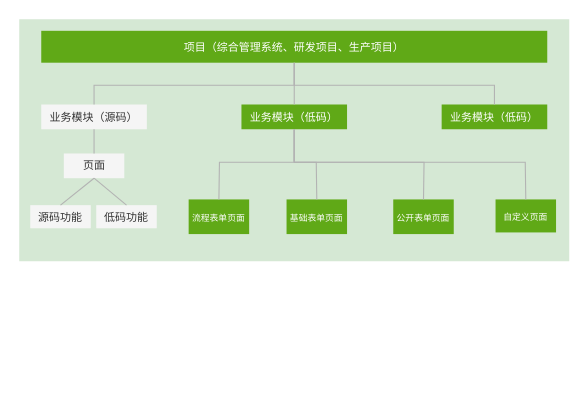
This is 低——研究内容——平台赋能项目开发.drawio from tangyaosimida/love, a draw.io file, before an edit. Source tidied: cells renumbered, new cells numbered last; positions are measured from the earlier drawing's top-left corner, leaving out a move shared by most shapes. Both pictures are drawn from the tidied source at 110%, with x=0, y=0 at pixel (19, 19).
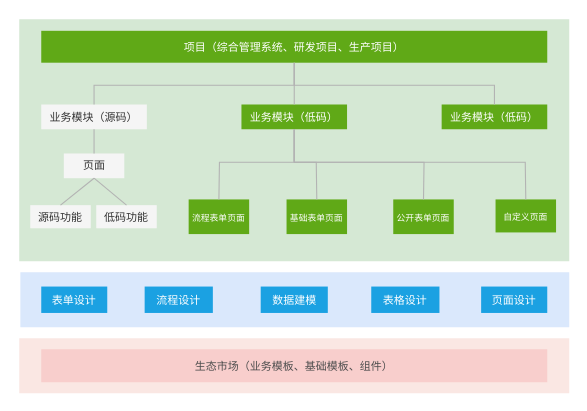
Above is the later version.

Commit message (it also covers changes not shown here):
更新低——研究内容——平台赋能项目开发.drawio

What changed in the source:
```diff
@@
+    <mxCell id="24" style="rounded=0;whiteSpace=wrap;html=1;fillColor=#dae8fc;strokeColor=none;" parent="1" vertex="1">
+      <mxGeometry x="1" y="230" width="499" height="50" as="geometry" />
+    </mxCell>
+    <mxCell id="25" style="rounded=0;whiteSpace=wrap;html=1;fillColor=#FAE7E3;dashed=1;strokeColor=none;" parent="1" vertex="1">
+      <mxGeometry y="290" width="500" height="50" as="geometry" />
+    </mxCell>
+    <mxCell id="26" value="&lt;font style=&quot;font-size: 10px;&quot;&gt;表单设计&lt;/font&gt;" style="rounded=0;whiteSpace=wrap;html=1;fillColor=#1ba1e2;fontColor=#ffffff;strokeColor=none;align=center;" parent="1" vertex="1">
+      <mxGeometry x="20" y="243" width="60" height="24" as="geometry" />
+    </mxCell>
+    <mxCell id="27" style="edgeStyle=orthogonalEdgeStyle;rounded=0;orthogonalLoop=1;jettySize=auto;html=1;exitX=0.5;exitY=1;exitDx=0;exitDy=0;" parent="1" edge="1" source="26" target="26">
+      <mxGeometry relative="1" as="geometry" />
+    </mxCell>
+    <mxCell id="28" value="&lt;font style=&quot;font-size: 10px;&quot;&gt;流程设计&lt;/font&gt;" style="rounded=0;whiteSpace=wrap;html=1;fillColor=#1ba1e2;fontColor=#ffffff;strokeColor=none;align=center;" parent="1" vertex="1">
+      <mxGeometry x="114" y="243" width="62" height="24" as="geometry" />
+    </mxCell>
+    <mxCell id="29" value="&lt;font style=&quot;font-size: 10px;&quot;&gt;数据建模&lt;/font&gt;" style="rounded=0;whiteSpace=wrap;html=1;fillColor=#1ba1e2;fontColor=#ffffff;strokeColor=none;align=center;" parent="1" vertex="1">
+      <mxGeometry x="219.5" y="243" width="61" height="24" as="geometry" />
+    </mxCell>
+    <mxCell id="30" value="&lt;font style=&quot;font-size: 10px;&quot;&gt;页面设计&lt;/font&gt;" style="rounded=0;whiteSpace=wrap;html=1;fillColor=#1ba1e2;fontColor=#ffffff;strokeColor=none;align=center;" parent="1" vertex="1">
+      <mxGeometry x="419.9" y="243" width="60.1" height="24" as="geometry" />
+    </mxCell>
+    <mxCell id="31" value="&lt;font style=&quot;font-size: 10px;&quot;&gt;表格设计&lt;/font&gt;" style="rounded=0;whiteSpace=wrap;html=1;fillColor=#1ba1e2;fontColor=#ffffff;strokeColor=none;align=center;" parent="1" vertex="1">
+      <mxGeometry x="320" y="243" width="62" height="24" as="geometry" />
+    </mxCell>
+    <mxCell id="32" value="&lt;span style=&quot;font-size: 10px;&quot;&gt;&lt;font color=&quot;#4d4d4d&quot;&gt;生态市场（业务模板、基础模板、组件）&lt;/font&gt;&lt;/span&gt;" style="rounded=0;whiteSpace=wrap;html=1;fillColor=#f8cecc;strokeColor=none;align=center;" parent="1" vertex="1">
+      <mxGeometry x="20" y="300" width="460" height="30" as="geometry" />
+    </mxCell>
```
